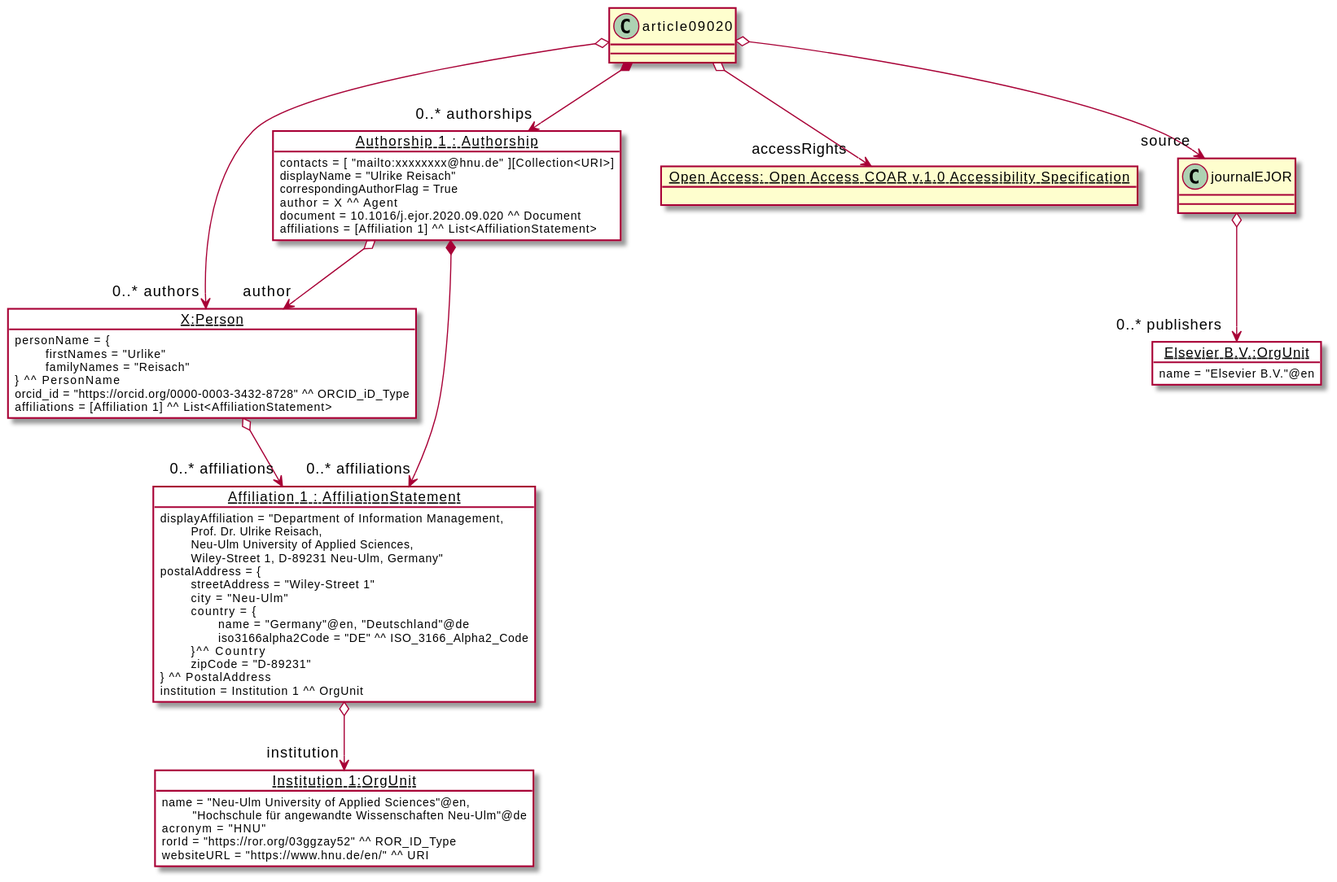
EuroCRIS/CERIF-ScholarlyPublicationsModule keeps this PlantUML diagram as diagrams/example.svg. Above is the earlier version.
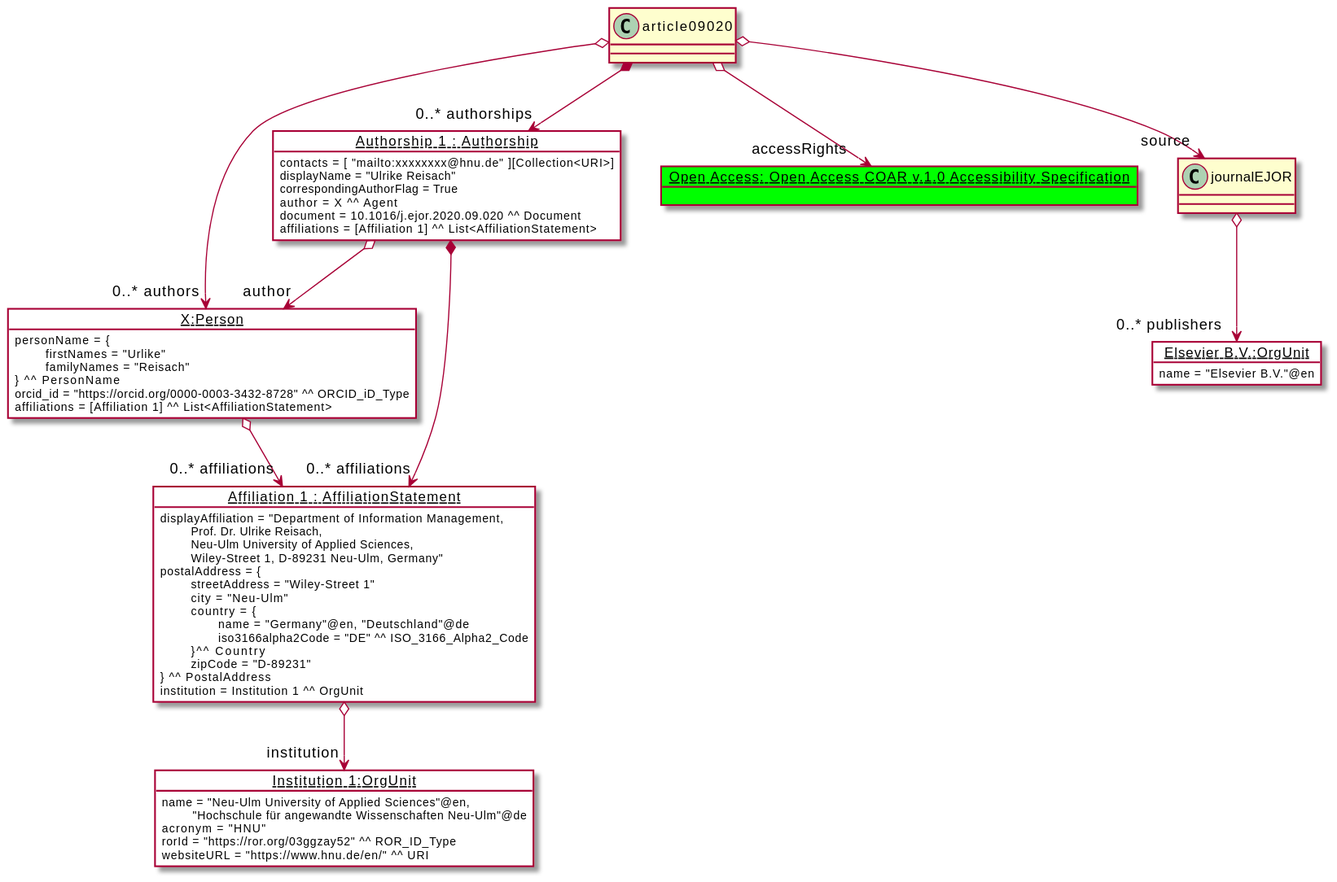
After the change.

Diff of the diagram source:
```diff
@@ -4,15 +4,15 @@
     !include ../../CERIF-Core/diagrams/example.puml
 
     !startsub module
-        object "<u>Open Access: Open Access COAR v.1.0 Accessibility Specification</u>" as OpenAccess
+        object "<u>Open Access: Open Access COAR v.1.0 Accessibility Specification</u>" as OpenAccess #00ff00
 
-        object "<u>EJOR : Journal</u>" as journalEJOR {
+        object "<u>EJOR : Journal</u>" as journalEJOR #00ff00 {
             title = "European Journal of Operational Research"@en
             issn = "0377-2217" ^^ ISSN
             publishers = [ Elsevier ] ^^ List<Agent>
         }
 
-        object "<u>10.1016/j.ejor.2020.09.020: Journal Article</u>" as article09020 {
+        object "<u>10.1016/j.ejor.2020.09.020: Journal Article</u>" as article09020 #00ff00 {
             DOI = "10.1016/j.ejor.2020.09.020" ^^ DOI_Type
             title = "The responsibility of social media in times of
             \t societal and political manipulation"@en
```
